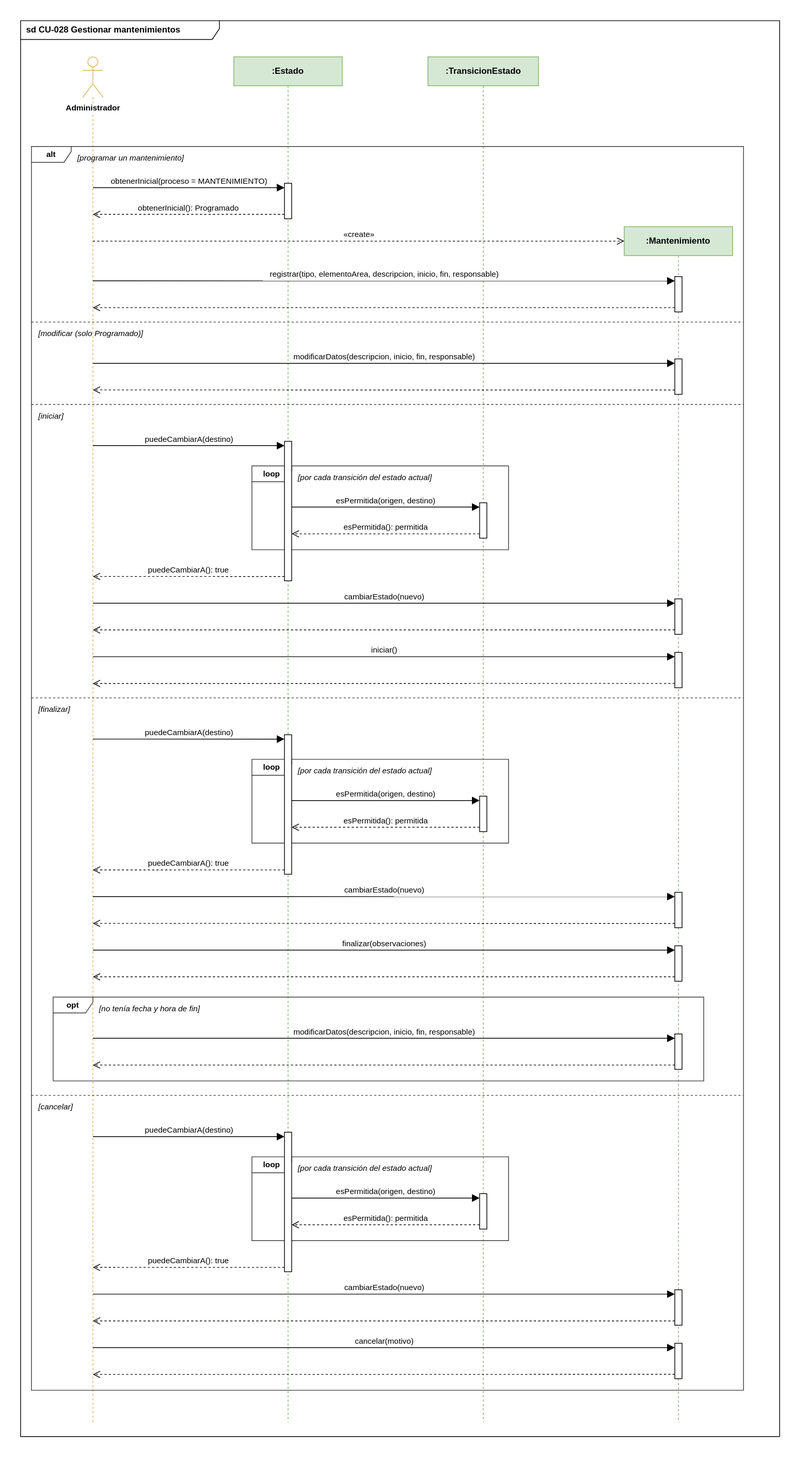
This is docs/diagramas/Secuencia/cu-028-gestionar-mantenimientos.svg from yor1008/propiedad-horizontal-back-end, a draw.io export, as it was before one commit. Source tidied: cells renumbered, new cells last; positions are measured from the earlier drawing's top-left corner, leaving out a move shared by most shapes.
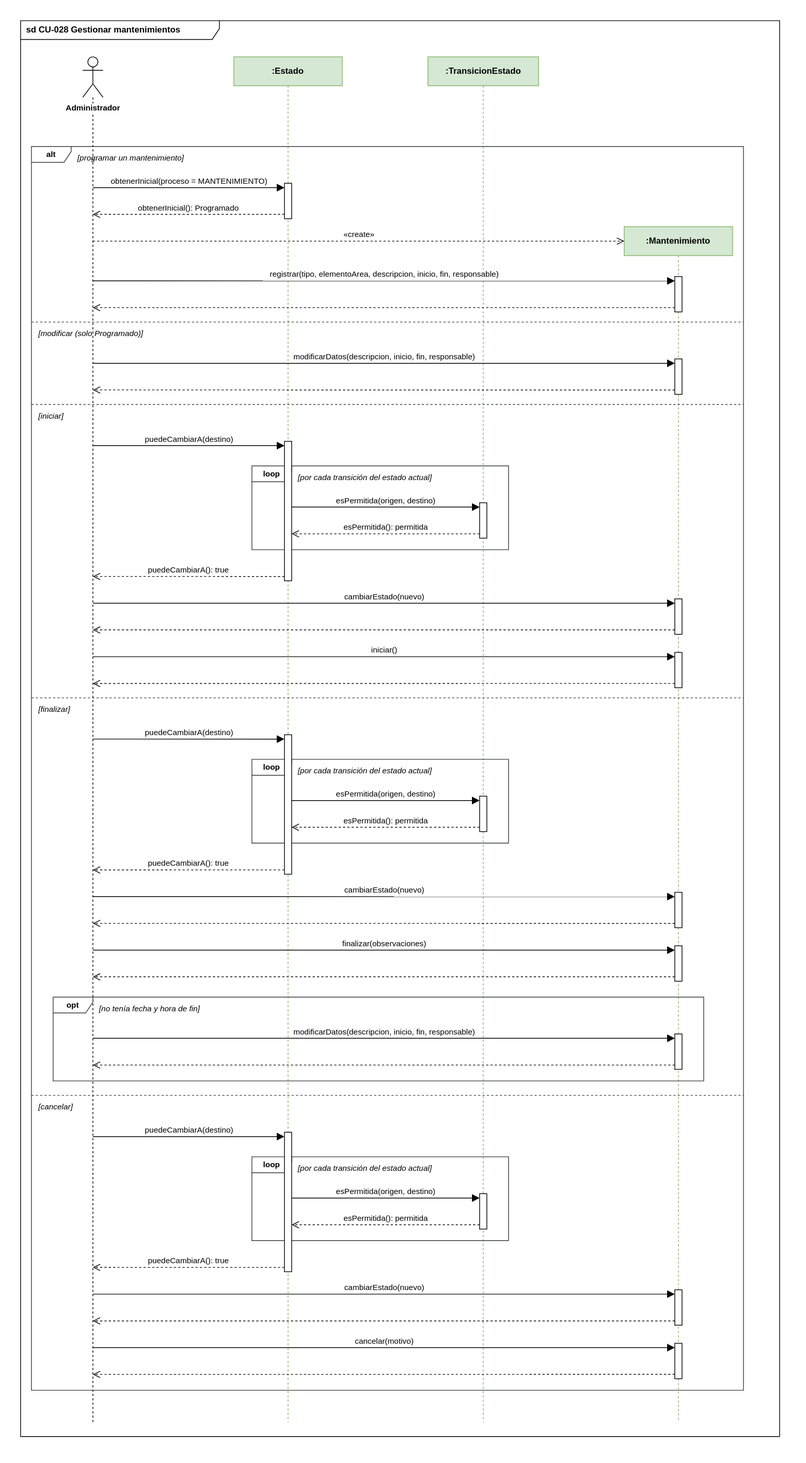
After the change.

Change to the diagram source:
```diff
@@ -5,7 +5,7 @@
     <mxCell id="2" value="sd CU-028 Gestionar mantenimientos" style="shape=umlFrame;whiteSpace=wrap;html=1;fillColor=#ffffff;strokeColor=#000000;fontStyle=1;fontSize=12;align=left;spacingLeft=6;width=275;height=26;" parent="1" vertex="1">
       <mxGeometry width="1050" height="1959" as="geometry" />
     </mxCell>
-    <mxCell id="3" value="Administrador" style="shape=umlLifeline;participant=umlActor;perimeter=lifelinePerimeter;whiteSpace=nowrap;html=1;outlineConnect=0;portConstraint=eastwest;size=56;verticalAlign=top;spacingTop=58;labelBackgroundColor=#ffffff;fontStyle=1;fontSize=11;fillColor=#ffffff;strokeColor=#d6b656;" parent="1" vertex="1">
+    <mxCell id="3" value="Administrador" style="shape=umlLifeline;participant=umlActor;perimeter=lifelinePerimeter;whiteSpace=nowrap;html=1;outlineConnect=0;portConstraint=eastwest;size=56;verticalAlign=top;spacingTop=58;labelBackgroundColor=#ffffff;fontStyle=1;fontSize=11;fillColor=#ffffff;strokeColor=#000000;" parent="1" vertex="1">
       <mxGeometry x="86" y="50" width="28" height="1889" as="geometry" />
     </mxCell>
     <mxCell id="4" value=":Estado" style="shape=umlLifeline;perimeter=lifelinePerimeter;whiteSpace=wrap;html=1;size=40;fillColor=#d5e8d4;strokeColor=#82b366;fontStyle=1;fontSize=12;" parent="1" vertex="1">
```
